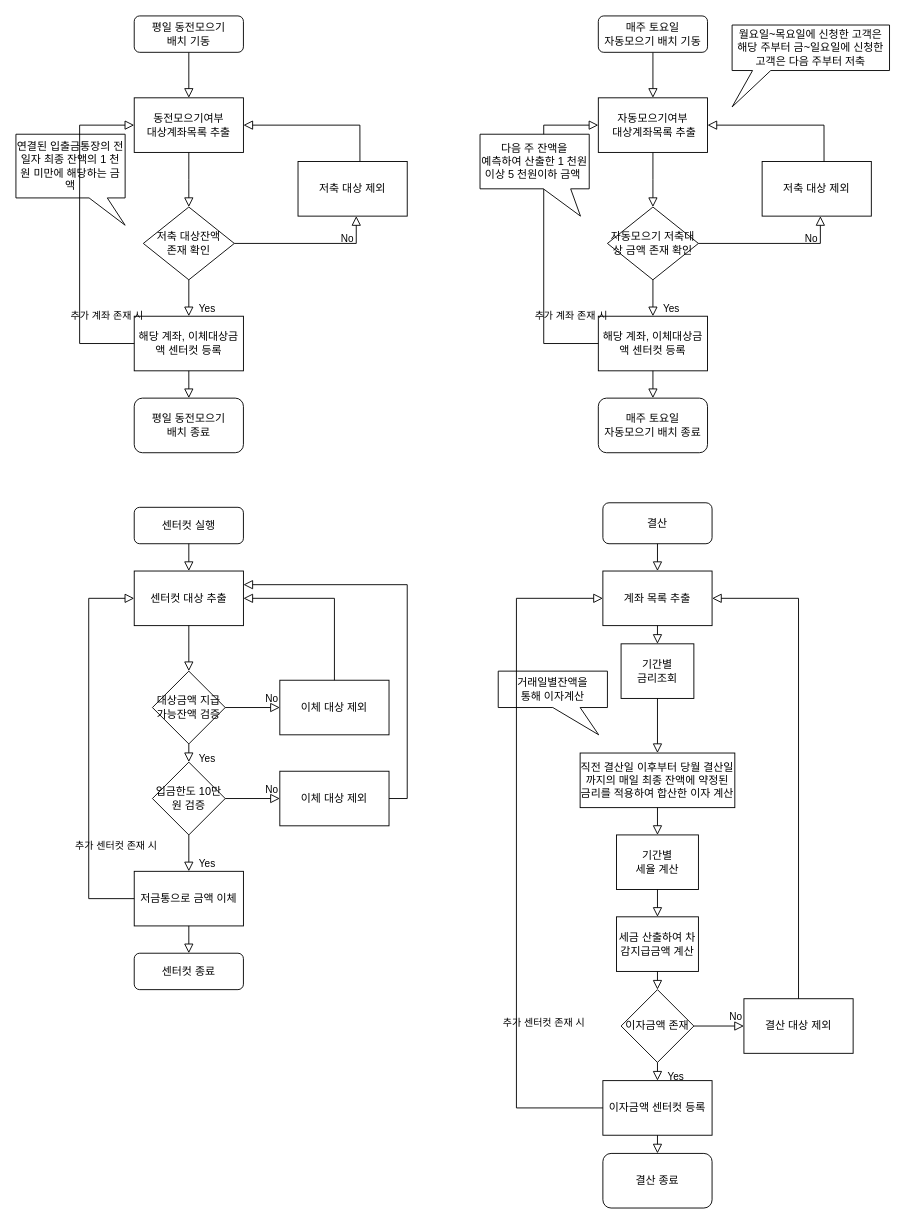
hojinWoo/pennyBank keeps this draw.io diagram as penny Bank_flow(3).drawio. Above is the earlier version. Source tidied: cells renumbered, new cells numbered last; positions are measured from the earlier drawing's top-left corner, leaving out a move shared by most shapes. Both pictures are drawn from the tidied source at 91%, with x=0, y=0 at pixel (15, 15).
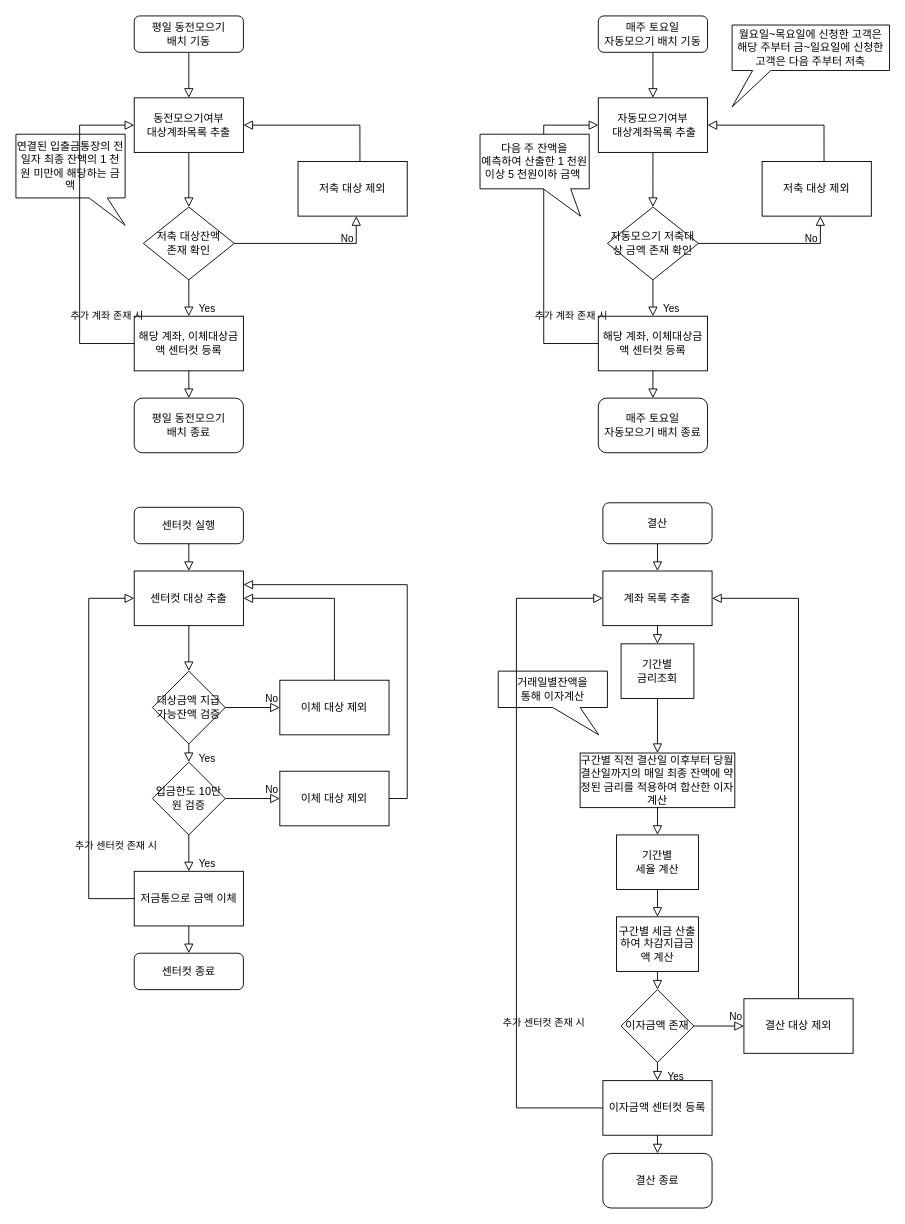
The same page after the edit.

The edit, as a diff of the source:
```diff
@@
-    <mxCell id="48" value="직전 결산일 이후부터 당월 결산일까지의 매일 최종 잔액에 약정된 금리를 적용하여 합산한 이자 계산" style="rounded=0;whiteSpace=wrap;html=1;" parent="1" vertex="1">
+    <mxCell id="48" value="구간별 직전 결산일 이후부터 당월 결산일까지의 매일 최종 잔액에 약정된 금리를 적용하여 합산한 이자 계산" style="rounded=0;whiteSpace=wrap;html=1;" parent="1" vertex="1">
       <mxGeometry x="620" y="810" width="170" height="60" as="geometry" />
     </mxCell>
@@
-    <mxCell id="52" value="세금 산출하여 차감지급금액 계산" style="rounded=0;whiteSpace=wrap;html=1;" parent="1" vertex="1">
+    <mxCell id="52" value="구간별 세금 산출하여 차감지급금액 계산" style="rounded=0;whiteSpace=wrap;html=1;" parent="1" vertex="1">
       <mxGeometry x="660" y="990" width="90" height="60" as="geometry" />
     </mxCell>
```
